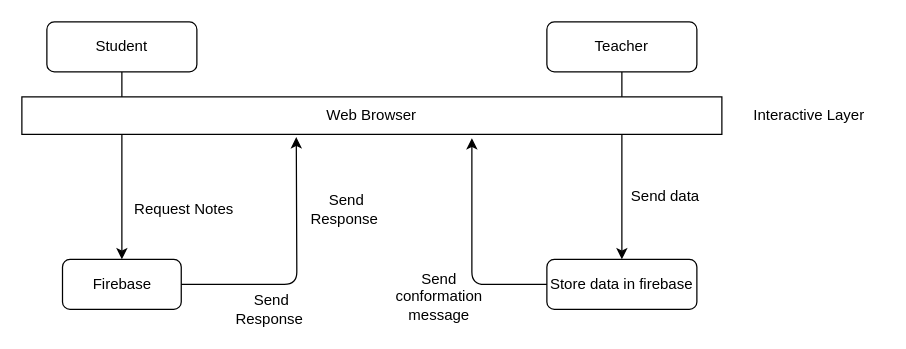
The draw.io diagram miniproject.drawio in shareef99/Draw, before the edit. Source tidied: cells renumbered, new cells numbered last; positions are measured from the earlier drawing's top-left corner, leaving out a move shared by most shapes. Both pictures are drawn from the tidied source at 125%, with x=0, y=0 at pixel (21, 21).
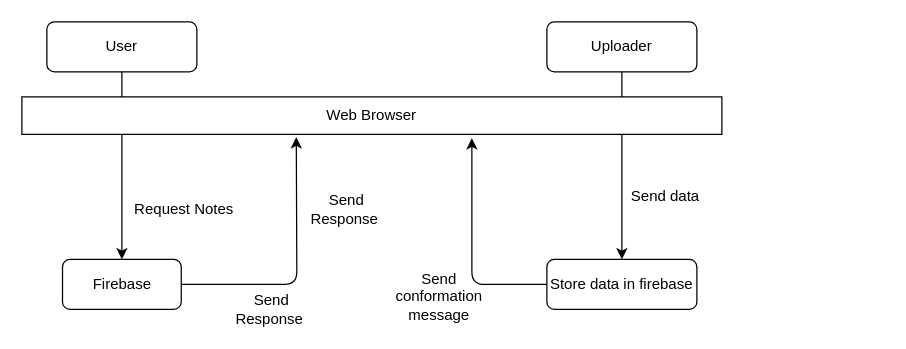
Above is the later version.

Change to the diagram source:
```diff
@@
 <mxGraphModel>
   <root>
     <mxCell id="0" />
     <mxCell id="1" parent="0" />
-    <mxCell id="2" value="Student" style="rounded=1;whiteSpace=wrap;html=1;" parent="1" vertex="1">
+    <mxCell id="2" value="User" style="rounded=1;whiteSpace=wrap;html=1;" parent="1" vertex="1">
       <mxGeometry x="20" width="120" height="40" as="geometry" />
     </mxCell>
-    <mxCell id="3" value="Teacher" style="rounded=1;whiteSpace=wrap;html=1;" parent="1" vertex="1">
+    <mxCell id="3" value="Uploader" style="rounded=1;whiteSpace=wrap;html=1;" parent="1" vertex="1">
       <mxGeometry x="420" width="120" height="40" as="geometry" />
     </mxCell>
     <mxCell id="4" value="Request Notes" style="text;html=1;strokeColor=none;fillColor=none;align=center;verticalAlign=middle;whiteSpace=wrap;rounded=0;" parent="1" vertex="1">
       <mxGeometry x="80" y="140" width="100" height="20" as="geometry" />
     </mxCell>
     <mxCell id="5" value="Firebase" style="rounded=1;whiteSpace=wrap;html=1;" parent="1" vertex="1">
       <mxGeometry x="32.5" y="190" width="95" height="40" as="geometry" />
     </mxCell>
     <mxCell id="6" style="endArrow=classic;html=1;exitX=0.5;exitY=1;exitDx=0;exitDy=0;entryX=0.5;entryY=0;entryDx=0;entryDy=0;" parent="1" edge="1" source="2" target="5">
       <mxGeometry relative="1" as="geometry" />
     </mxCell>
     <mxCell id="7" style="endArrow=classic;html=1;exitX=0.5;exitY=1;exitDx=0;exitDy=0;" parent="1" edge="1" source="3" target="13">
       <mxGeometry relative="1" as="geometry" />
     </mxCell>
     <mxCell id="8" value="Web Browser" style="rounded=0;whiteSpace=wrap;html=1;" parent="1" vertex="1">
       <mxGeometry y="60" width="560" height="30" as="geometry" />
     </mxCell>
-    <mxCell id="9" value="Interactive Layer" style="text;html=1;strokeColor=none;fillColor=none;align=center;verticalAlign=middle;whiteSpace=wrap;rounded=0;" parent="1" vertex="1">
-      <mxGeometry x="570" y="65" width="120" height="20" as="geometry" />
-    </mxCell>
     <mxCell id="10" style="endArrow=classic;html=1;exitX=1;exitY=0.5;exitDx=0;exitDy=0;entryX=0.392;entryY=1.073;entryDx=0;entryDy=0;entryPerimeter=0;" parent="1" edge="1" source="5" target="8">
       <mxGeometry relative="1" as="geometry">
         <Array as="points">
           <mxPoint x="220" y="210" />
         </Array>
       </mxGeometry>
     </mxCell>
     <mxCell id="11" value="Send Response&amp;nbsp;" style="text;html=1;strokeColor=none;fillColor=none;align=center;verticalAlign=middle;whiteSpace=wrap;rounded=0;" parent="1" vertex="1">
       <mxGeometry x="180" y="220" width="40" height="20" as="geometry" />
     </mxCell>
     <mxCell id="12" value="Send Response&amp;nbsp;" style="text;html=1;strokeColor=none;fillColor=none;align=center;verticalAlign=middle;whiteSpace=wrap;rounded=0;" parent="1" vertex="1">
       <mxGeometry x="240" y="140" width="40" height="20" as="geometry" />
     </mxCell>
     <mxCell id="13" value="Store data in firebase" style="rounded=1;whiteSpace=wrap;html=1;" parent="1" vertex="1">
       <mxGeometry x="420" y="190" width="120" height="40" as="geometry" />
     </mxCell>
     <mxCell id="14" value="Send data" style="text;html=1;strokeColor=none;fillColor=none;align=center;verticalAlign=middle;whiteSpace=wrap;rounded=0;" parent="1" vertex="1">
       <mxGeometry x="480" y="130" width="70" height="20" as="geometry" />
     </mxCell>
     <mxCell id="15" style="endArrow=classic;html=1;exitX=0;exitY=0.5;exitDx=0;exitDy=0;" parent="1" edge="1" source="13">
       <mxGeometry relative="1" as="geometry">
         <mxPoint x="360" y="93" as="targetPoint" />
         <Array as="points">
           <mxPoint x="360" y="210" />
         </Array>
       </mxGeometry>
     </mxCell>
     <mxCell id="16" value="Send conformation message" style="text;html=1;strokeColor=none;fillColor=none;align=center;verticalAlign=middle;whiteSpace=wrap;rounded=0;" parent="1" vertex="1">
       <mxGeometry x="314" y="210" width="40" height="20" as="geometry" />
     </mxCell>
   </root>
 </mxGraphModel>
```
